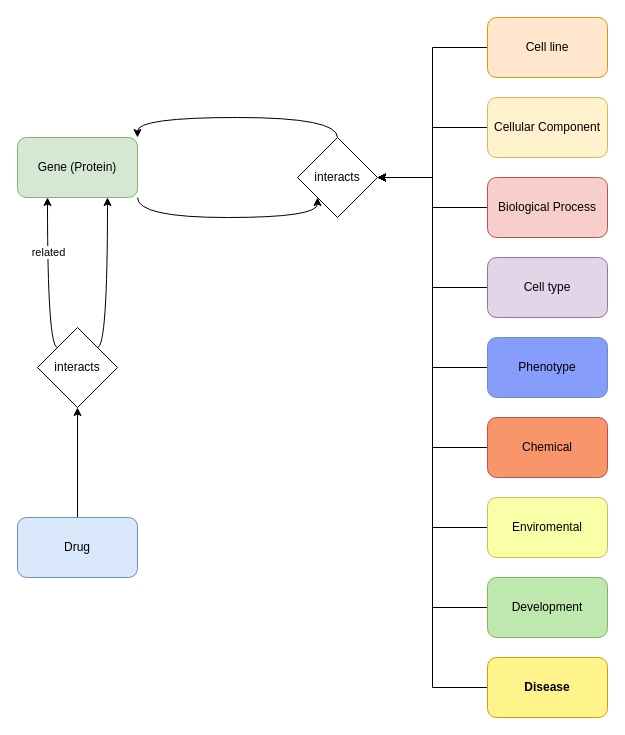
ckoenigs/PharMeBINet keeps this draw.io diagram as import_into_Neo4j/bioGrid/bioGrid.drawio. Above is the earlier version. Source tidied: cells renumbered, new cells numbered last; positions are measured from the earlier drawing's top-left corner, leaving out a move shared by most shapes. Both pictures are drawn from the tidied source at 100%, with x=0, y=0 at pixel (17, 17).
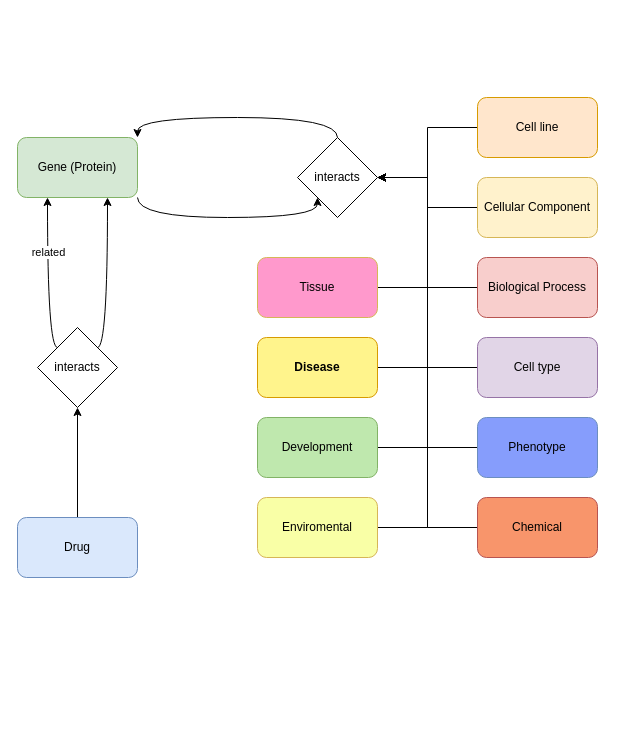
The same diagram, later.

Unchanged cells that the change refers to:
```xml
<mxCell id="5" value="interacts" style="rhombus;whiteSpace=wrap;html=1;" parent="1" vertex="1">
  <mxGeometry x="280" y="120" width="80" height="80" as="geometry" />
</mxCell>
```

The edit, as a diff of the source:
```diff
@@
     <mxCell id="7" value="Cell line" style="rounded=1;whiteSpace=wrap;html=1;fillColor=#ffe6cc;strokeColor=#d79b00;" parent="1" vertex="1">
-      <mxGeometry x="470" width="120" height="60" as="geometry" />
+      <mxGeometry x="460" y="80" width="120" height="60" as="geometry" />
     </mxCell>
@@
     <mxCell id="9" value="Cellular Component" style="rounded=1;whiteSpace=wrap;html=1;fillColor=#fff2cc;strokeColor=#d6b656;" parent="1" vertex="1">
-      <mxGeometry x="470" y="80" width="120" height="60" as="geometry" />
+      <mxGeometry x="460" y="160" width="120" height="60" as="geometry" />
     </mxCell>
-    <mxCell id="10" style="edgeStyle=orthogonalEdgeStyle;rounded=0;jettySize=auto;html=1;exitX=0;exitY=0.5;exitDx=0;exitDy=0;" parent="1" edge="1" source="11" target="5">
+    <mxCell id="10" style="edgeStyle=orthogonalEdgeStyle;rounded=0;jettySize=auto;html=1;exitX=0;exitY=0.5;exitDx=0;exitDy=0;entryX=1;entryY=0.5;entryDx=0;entryDy=0;" parent="1" edge="1" source="11" target="5">
       <mxGeometry relative="1" as="geometry" />
     </mxCell>
     <mxCell id="11" value="Biological Process" style="rounded=1;whiteSpace=wrap;html=1;fillColor=#f8cecc;strokeColor=#b85450;" parent="1" vertex="1">
-      <mxGeometry x="470" y="160" width="120" height="60" as="geometry" />
+      <mxGeometry x="460" y="240" width="120" height="60" as="geometry" />
     </mxCell>
@@
     <mxCell id="13" value="Cell type" style="rounded=1;whiteSpace=wrap;html=1;fillColor=#e1d5e7;strokeColor=#9673a6;" parent="1" vertex="1">
-      <mxGeometry x="470" y="240" width="120" height="60" as="geometry" />
+      <mxGeometry x="460" y="320" width="120" height="60" as="geometry" />
     </mxCell>
@@
     <mxCell id="15" value="Phenotype" style="rounded=1;whiteSpace=wrap;html=1;strokeColor=#6c8ebf;fillColor=#869DFC;" parent="1" vertex="1">
-      <mxGeometry x="470" y="320" width="120" height="60" as="geometry" />
+      <mxGeometry x="460" y="400" width="120" height="60" as="geometry" />
     </mxCell>
@@
     <mxCell id="17" value="Chemical" style="rounded=1;whiteSpace=wrap;html=1;strokeColor=#b85450;fillColor=#F8956B;" parent="1" vertex="1">
-      <mxGeometry x="470" y="400" width="120" height="60" as="geometry" />
+      <mxGeometry x="460" y="480" width="120" height="60" as="geometry" />
     </mxCell>
-    <mxCell id="18" style="edgeStyle=orthogonalEdgeStyle;rounded=0;jettySize=auto;html=1;exitX=0;exitY=0.5;exitDx=0;exitDy=0;entryX=1;entryY=0.5;entryDx=0;entryDy=0;" parent="1" edge="1" source="19" target="5">
-      <mxGeometry relative="1" as="geometry" />
+    <mxCell id="18" style="edgeStyle=orthogonalEdgeStyle;rounded=0;jettySize=auto;html=1;exitX=1;exitY=0.5;exitDx=0;exitDy=0;entryX=1;entryY=0.5;entryDx=0;entryDy=0;" parent="1" edge="1" source="19" target="5">
+      <mxGeometry relative="1" as="geometry">
+        <Array as="points">
+          <mxPoint x="410" y="510" />
+          <mxPoint x="410" y="160" />
+        </Array>
+      </mxGeometry>
     </mxCell>
     <mxCell id="19" value="Enviromental" style="rounded=1;whiteSpace=wrap;html=1;strokeColor=#d6b656;fillColor=#F9FFA6;" parent="1" vertex="1">
-      <mxGeometry x="470" y="480" width="120" height="60" as="geometry" />
+      <mxGeometry x="240" y="480" width="120" height="60" as="geometry" />
     </mxCell>
-    <mxCell id="20" style="edgeStyle=orthogonalEdgeStyle;rounded=0;jettySize=auto;html=1;exitX=0;exitY=0.5;exitDx=0;exitDy=0;entryX=1;entryY=0.5;entryDx=0;entryDy=0;" parent="1" edge="1" source="21" target="5">
-      <mxGeometry relative="1" as="geometry" />
-    </mxCell>
+    <mxCell id="30" style="edgeStyle=orthogonalEdgeStyle;rounded=0;jettySize=auto;html=1;exitX=1;exitY=0.5;exitDx=0;exitDy=0;" parent="1" edge="1" source="21">
+      <mxGeometry relative="1" as="geometry">
+        <mxPoint x="360" y="160" as="targetPoint" />
+        <Array as="points">
+          <mxPoint x="410" y="430" />
+          <mxPoint x="410" y="160" />
+        </Array>
+      </mxGeometry>
+    </mxCell>
     <mxCell id="21" value="Development" style="rounded=1;whiteSpace=wrap;html=1;strokeColor=#82b366;fillColor=#BFE8AE;" parent="1" vertex="1">
-      <mxGeometry x="470" y="560" width="120" height="60" as="geometry" />
+      <mxGeometry x="240" y="400" width="120" height="60" as="geometry" />
     </mxCell>
-    <mxCell id="22" style="edgeStyle=orthogonalEdgeStyle;rounded=0;jettySize=auto;html=1;exitX=0;exitY=0.5;exitDx=0;exitDy=0;entryX=1;entryY=0.5;entryDx=0;entryDy=0;" parent="1" edge="1" source="23" target="5">
-      <mxGeometry relative="1" as="geometry" />
+    <mxCell id="22" style="edgeStyle=orthogonalEdgeStyle;rounded=0;jettySize=auto;html=1;exitX=1;exitY=0.5;exitDx=0;exitDy=0;entryX=1;entryY=0.5;entryDx=0;entryDy=0;" parent="1" edge="1" source="23" target="5">
+      <mxGeometry relative="1" as="geometry">
+        <Array as="points">
+          <mxPoint x="410" y="350" />
+          <mxPoint x="410" y="160" />
+        </Array>
+      </mxGeometry>
     </mxCell>
     <mxCell id="23" value="Disease" style="rounded=1;whiteSpace=wrap;html=1;fontStyle=1;strokeColor=#d79b00;fillColor=#FFF48C;" parent="1" vertex="1">
-      <mxGeometry x="470" y="640" width="120" height="60" as="geometry" />
+      <mxGeometry x="240" y="320" width="120" height="60" as="geometry" />
     </mxCell>
@@
+    <mxCell id="31" style="edgeStyle=orthogonalEdgeStyle;rounded=0;jettySize=auto;html=1;exitX=1;exitY=0.5;exitDx=0;exitDy=0;entryX=1;entryY=0.5;entryDx=0;entryDy=0;" parent="1" edge="1" source="32" target="5">
+      <mxGeometry relative="1" as="geometry">
+        <Array as="points">
+          <mxPoint x="410" y="270" />
+          <mxPoint x="410" y="160" />
+        </Array>
+      </mxGeometry>
+    </mxCell>
+    <mxCell id="32" value="Tissue" style="rounded=1;whiteSpace=wrap;html=1;strokeColor=#d6b656;fillColor=#FF99CC;" parent="1" vertex="1">
+      <mxGeometry x="240" y="240" width="120" height="60" as="geometry" />
+    </mxCell>
```
